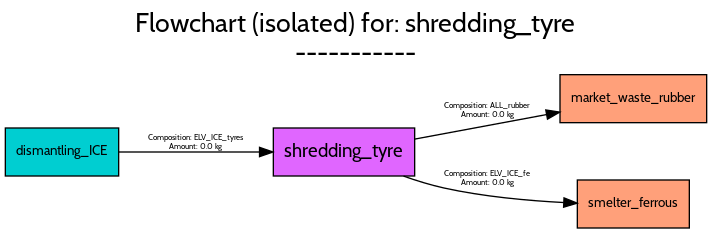
Earlier version of the Graphviz export src/futuram/examples/ELV/figures/flowcharts/processes/png/shredding_tyre.png (FutuRaM-Project/Recovery-Model). Its source is kept beside it as src/futuram/examples/ELV/figures/flowcharts/processes/dot/shredding_tyre.dot. Source of this version:
```dot
digraph {
	graph [bb="0,0,526,167",
		font=Cabin,
		fontname=Cabin,
		fontsize=20,
		label="Flowchart (isolated) for: shredding_tyre
-----------",
		labeljust=c,
		labelloc=tc,
		lheight=0.61,
		lp="263,141",
		lwidth=4.60,
		nodesep=0.6,
		rankdir=LR,
		ranksep=0.6
	];
	node [label="\N"];
	shredding_tyre	[fillcolor=mediumorchid1,
		fontname=Cabin,
		fontsize=14,
		height=0.5,
		pos="254,57",
		shape=box,
		style=filled,
		width=1.4722];
	market_waste_rubber	[fillcolor=lightsalmon1,
		fontname=Cabin,
		fontsize=10,
		height=0.5,
		pos="471,97",
		shape=box,
		style=filled,
		width=1.5278];
	shredding_tyre -> market_waste_rubber	[color=black,
		fontname=Cabin,
		fontsize=6,
		label="Composition: ALL_rubber
Amount: 0.0 kg",
		lp="361.5,88",
		pos="e,415.81,86.918 307.05,66.683 336.76,72.212 374.27,79.189 405.8,85.056"];
	smelter_ferrous	[fillcolor=lightsalmon1,
		fontname=Cabin,
		fontsize=10,
		height=0.5,
		pos="471,18",
		shape=box,
		style=filled,
		width=1.1667];
	shredding_tyre -> smelter_ferrous	[color=black,
		fontname=Cabin,
		fontsize=6,
		label="Composition: ELV_ICE_fe
Amount: 0.0 kg",
		lp="361.5,37",
		pos="e,428.85,18.638 298.65,38.912 308.49,35.445 318.98,32.212 329,30 358.36,23.516 391.86,20.489 418.85,19.096"];
	dismantling_ICE	[fillcolor=darkturquoise,
		fontname=Cabin,
		fontsize=10,
		height=0.5,
		pos="42.5,57",
		shape=box,
		style=filled,
		width=1.1806];
	dismantling_ICE -> shredding_tyre	[color=black,
		fontname=Cabin,
		fontsize=6,
		label="Composition: ELV_ICE_tyres
Amount: 0.0 kg",
		lp="143,64",
		pos="e,200.65,57 85.141,57 115.2,57 156.32,57 190.34,57"];
}
```
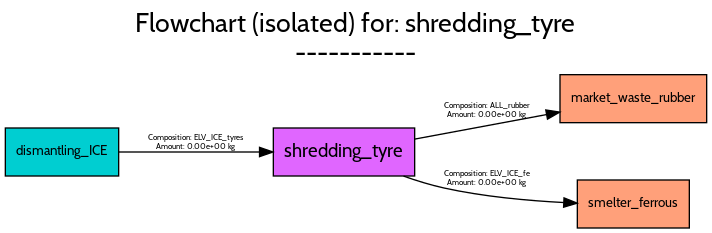
After the change.

Change to the diagram source:
```diff
@@ -35,7 +35,7 @@
 		fontname=Cabin,
 		fontsize=6,
 		label="Composition: ALL_rubber
-Amount: 0.0 kg",
+Amount: 0.00e+00 kg",
 		lp="361.5,88",
 		pos="e,415.81,86.918 307.05,66.683 336.76,72.212 374.27,79.189 405.8,85.056"];
 	smelter_ferrous	[fillcolor=lightsalmon1,
@@ -50,7 +50,7 @@
 		fontname=Cabin,
 		fontsize=6,
 		label="Composition: ELV_ICE_fe
-Amount: 0.0 kg",
+Amount: 0.00e+00 kg",
 		lp="361.5,37",
 		pos="e,428.85,18.638 298.65,38.912 308.49,35.445 318.98,32.212 329,30 358.36,23.516 391.86,20.489 418.85,19.096"];
 	dismantling_ICE	[fillcolor=darkturquoise,
@@ -65,7 +65,7 @@
 		fontname=Cabin,
 		fontsize=6,
 		label="Composition: ELV_ICE_tyres
-Amount: 0.0 kg",
+Amount: 0.00e+00 kg",
 		lp="143,64",
 		pos="e,200.65,57 85.141,57 115.2,57 156.32,57 190.34,57"];
 }
```
